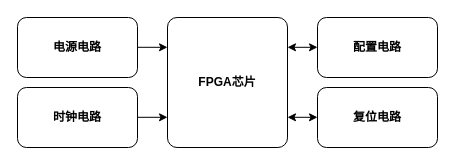
The draw.io diagram FPGA最小系统框图.drawio in zeandon/draw.io, before the edit. Source tidied: cells renumbered, new cells numbered last; positions are measured from the earlier drawing's top-left corner, leaving out a move shared by most shapes. Both pictures are drawn from the tidied source at 100%, with x=0, y=0 at pixel (17, 17).
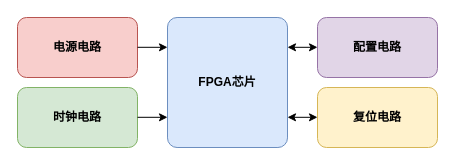
The same diagram, later.

Commit message (it also covers changes not shown here):
更新FPGA最小系统框图.drawio

Diff of the diagram source:
```diff
@@
 <mxGraphModel>
   <root>
     <mxCell id="0" />
     <mxCell id="1" parent="0" />
-    <mxCell id="2" value="FPGA芯片" style="rounded=1;whiteSpace=wrap;html=1;fontStyle=1;arcSize=8;" parent="1" vertex="1">
+    <mxCell id="2" value="FPGA芯片" style="rounded=1;whiteSpace=wrap;html=1;fontStyle=1;arcSize=8;fillColor=#dae8fc;strokeColor=#6c8ebf;" parent="1" vertex="1">
       <mxGeometry x="150" width="120" height="130" as="geometry" />
     </mxCell>
-    <mxCell id="3" value="配置电路" style="rounded=1;whiteSpace=wrap;html=1;fontStyle=1;" parent="1" vertex="1">
+    <mxCell id="3" value="配置电路" style="rounded=1;whiteSpace=wrap;html=1;fontStyle=1;fillColor=#e1d5e7;strokeColor=#9673a6;" parent="1" vertex="1">
       <mxGeometry x="300" width="120" height="60" as="geometry" />
     </mxCell>
-    <mxCell id="4" value="复位电路" style="rounded=1;whiteSpace=wrap;html=1;fontStyle=1;" parent="1" vertex="1">
+    <mxCell id="4" value="复位电路" style="rounded=1;whiteSpace=wrap;html=1;fontStyle=1;fillColor=#fff2cc;strokeColor=#d6b656;" parent="1" vertex="1">
       <mxGeometry x="300" y="70" width="120" height="60" as="geometry" />
     </mxCell>
-    <mxCell id="5" value="电源电路" style="rounded=1;whiteSpace=wrap;html=1;fontStyle=1;" parent="1" vertex="1">
+    <mxCell id="5" value="电源电路" style="rounded=1;whiteSpace=wrap;html=1;fontStyle=1;fillColor=#f8cecc;strokeColor=#b85450;" parent="1" vertex="1">
       <mxGeometry width="120" height="60" as="geometry" />
     </mxCell>
-    <mxCell id="6" value="时钟电路" style="rounded=1;whiteSpace=wrap;html=1;fontStyle=1;" parent="1" vertex="1">
+    <mxCell id="6" value="时钟电路" style="rounded=1;whiteSpace=wrap;html=1;fontStyle=1;fillColor=#d5e8d4;strokeColor=#82b366;" parent="1" vertex="1">
       <mxGeometry y="70" width="120" height="60" as="geometry" />
     </mxCell>
     <mxCell id="7" style="endArrow=classic;html=1;rounded=0;" parent="1" edge="1">
       <mxGeometry relative="1" as="geometry">
         <mxPoint x="120" y="29.8" as="sourcePoint" />
         <mxPoint x="150" y="29.8" as="targetPoint" />
       </mxGeometry>
     </mxCell>
     <mxCell id="8" style="endArrow=classic;html=1;rounded=0;" parent="1" edge="1">
       <mxGeometry relative="1" as="geometry">
         <mxPoint x="120" y="99.8" as="sourcePoint" />
         <mxPoint x="150" y="99.8" as="targetPoint" />
       </mxGeometry>
     </mxCell>
     <mxCell id="9" style="endArrow=classic;html=1;rounded=0;startArrow=classic;startFill=1;" parent="1" edge="1">
       <mxGeometry relative="1" as="geometry">
         <mxPoint x="270" y="29.8" as="sourcePoint" />
         <mxPoint x="300" y="29.8" as="targetPoint" />
       </mxGeometry>
     </mxCell>
     <mxCell id="10" style="endArrow=classic;html=1;rounded=0;startArrow=classic;startFill=1;" parent="1" edge="1">
       <mxGeometry relative="1" as="geometry">
         <mxPoint x="270" y="99.8" as="sourcePoint" />
         <mxPoint x="300" y="99.8" as="targetPoint" />
       </mxGeometry>
     </mxCell>
   </root>
 </mxGraphModel>
```
